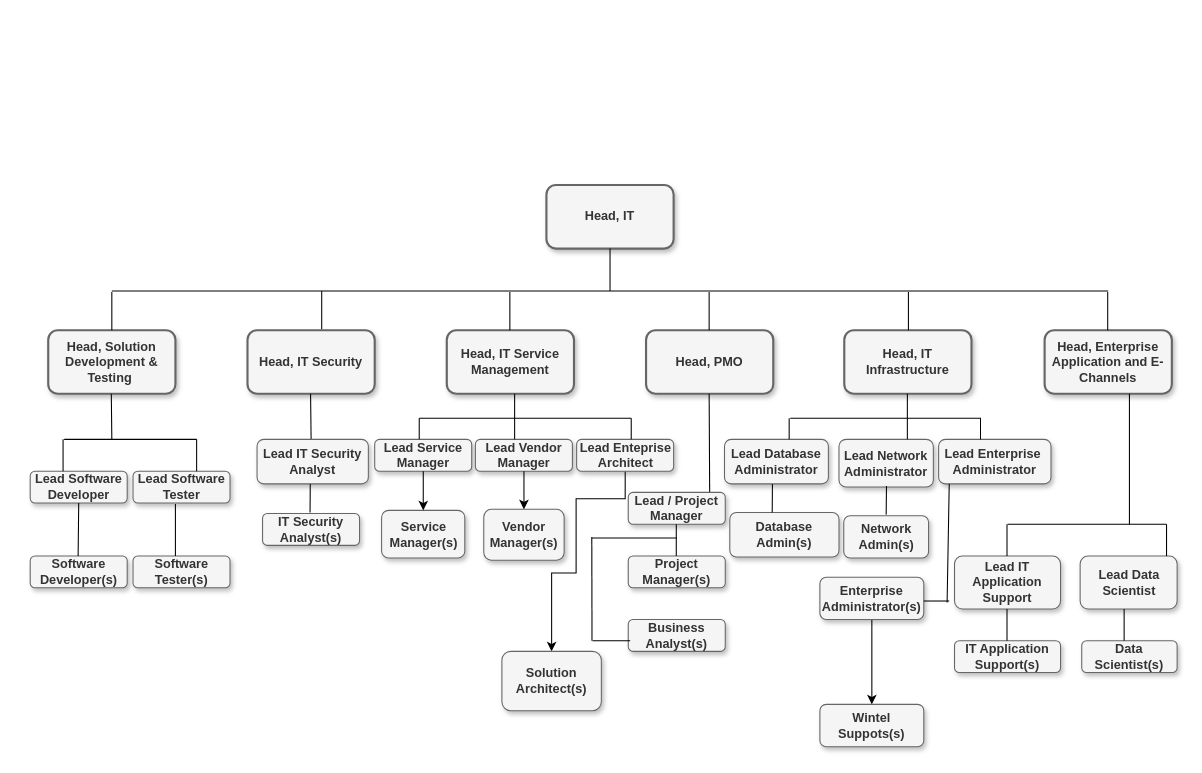
Great-B/standard-arch-diagrams keeps this draw.io diagram as organogram.drawio. Above is the earlier version. Source tidied: cells renumbered, new cells numbered last; positions are measured from the earlier drawing's top-left corner, leaving out a move shared by most shapes. Both pictures are drawn from the tidied source at 106%, with x=0, y=0 at pixel (30, 184).
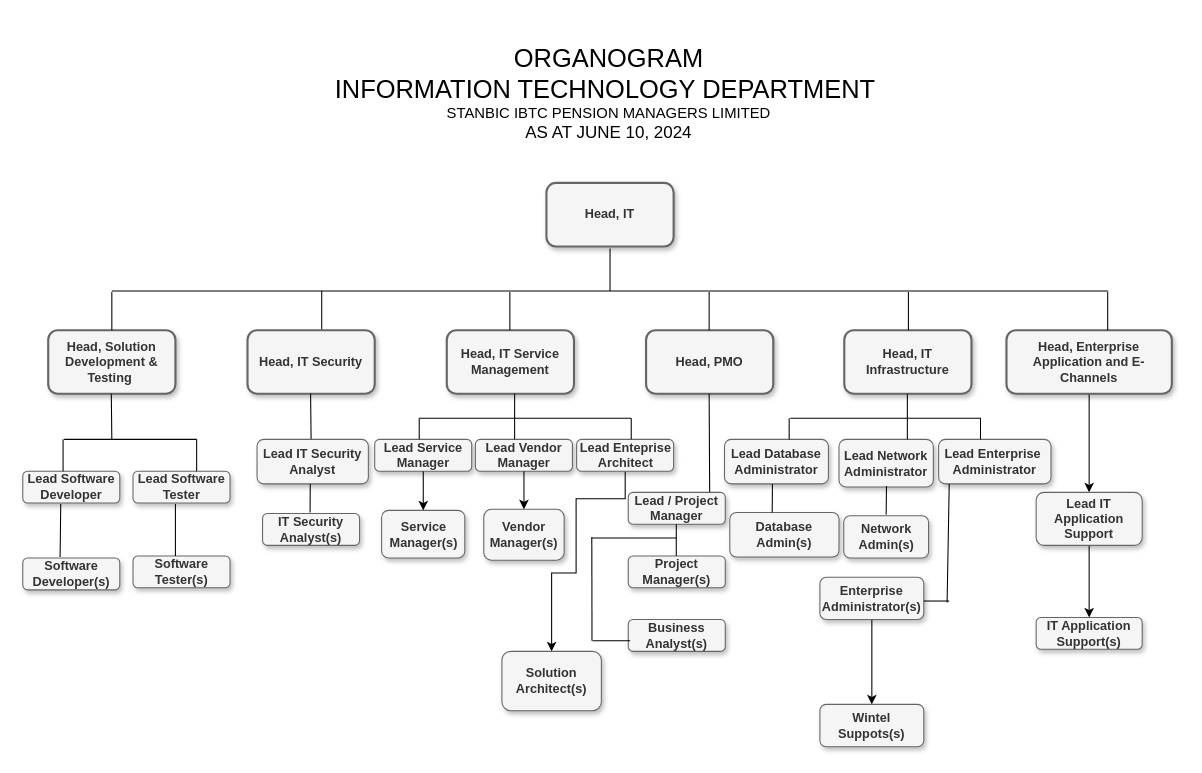
The same page after the edit.

Diff of the diagram source:
```diff
@@
     <mxCell id="2" value="&lt;b&gt;Lead Software Developer&lt;/b&gt;" style="rounded=1;whiteSpace=wrap;html=1;shadow=1;fillColor=#f5f5f5;fontColor=#333333;strokeColor=#666666;" parent="1" vertex="1">
-      <mxGeometry y="270" width="91.5" height="30" as="geometry" />
+      <mxGeometry x="-7" y="270" width="91.5" height="30" as="geometry" />
     </mxCell>
     <mxCell id="3" value="&lt;b&gt;Software Developer(s)&lt;/b&gt;" style="rounded=1;whiteSpace=wrap;html=1;shadow=1;fillColor=#f5f5f5;fontColor=#333333;strokeColor=#666666;" parent="1" vertex="1">
-      <mxGeometry y="350" width="91.5" height="30" as="geometry" />
+      <mxGeometry x="-7" y="352" width="91.5" height="30" as="geometry" />
     </mxCell>
@@
     <mxCell id="6" value="&lt;b&gt;Head, IT&lt;/b&gt;" style="rounded=1;whiteSpace=wrap;html=1;strokeWidth=2;perimeterSpacing=0;glass=0;shadow=1;fontStyle=0;fillColor=#f5f5f5;fontColor=#333333;strokeColor=#666666;" parent="1" vertex="1">
-      <mxGeometry x="487" width="120" height="60" as="geometry" />
+      <mxGeometry x="487" y="-2" width="120" height="60" as="geometry" />
     </mxCell>
@@
+    <mxCell id="80" style="edgeStyle=orthogonalEdgeStyle;rounded=0;jettySize=auto;html=1;" parent="1" edge="1" source="12" target="55">
+      <mxGeometry relative="1" as="geometry" />
+    </mxCell>
     <mxCell id="12" value="&lt;b&gt;Head, Enterprise Application and E-Channels&lt;/b&gt;" style="rounded=1;whiteSpace=wrap;html=1;strokeWidth=2;perimeterSpacing=0;glass=0;shadow=1;fillColor=#f5f5f5;fontColor=#333333;strokeColor=#666666;" parent="1" vertex="1">
-      <mxGeometry x="957" y="137" width="120" height="60" as="geometry" />
+      <mxGeometry x="921" y="137" width="156" height="60" as="geometry" />
     </mxCell>
-    <mxCell id="13" style="endArrow=none;html=1;rounded=0;entryX=0.5;entryY=1;entryDx=0;entryDy=0;" parent="1" edge="1" target="6">
+    <mxCell id="13" style="endArrow=none;html=1;rounded=0;entryX=0.5;entryY=1;entryDx=0;entryDy=0;" parent="1" edge="1">
       <mxGeometry relative="1" as="geometry">
         <mxPoint x="547" y="100" as="sourcePoint" />
+        <mxPoint x="547" y="60" as="targetPoint" />
       </mxGeometry>
     </mxCell>
@@
-    <mxCell id="52" style="endArrow=none;html=1;rounded=0;" parent="1" edge="1">
-      <mxGeometry relative="1" as="geometry">
-        <mxPoint x="1037" y="320" as="sourcePoint" />
-        <mxPoint x="1037" y="197" as="targetPoint" />
-      </mxGeometry>
-    </mxCell>
-    <mxCell id="53" style="endArrow=none;html=1;rounded=0;" parent="1" edge="1">
-      <mxGeometry relative="1" as="geometry">
-        <mxPoint x="922" y="320" as="sourcePoint" />
-        <mxPoint x="1072" y="320" as="targetPoint" />
-      </mxGeometry>
-    </mxCell>
     <mxCell id="54" value="&lt;b&gt;IT Application Support(s)&lt;/b&gt;" style="rounded=1;whiteSpace=wrap;html=1;shadow=1;fillColor=#f5f5f5;fontColor=#333333;strokeColor=#666666;" parent="1" vertex="1">
-      <mxGeometry x="872" y="430" width="100" height="30" as="geometry" />
+      <mxGeometry x="949" y="408" width="100" height="30" as="geometry" />
     </mxCell>
+    <mxCell id="81" style="edgeStyle=orthogonalEdgeStyle;rounded=0;jettySize=auto;html=1;" parent="1" edge="1" source="55" target="54">
+      <mxGeometry relative="1" as="geometry" />
+    </mxCell>
     <mxCell id="55" value="&lt;b&gt;Lead IT Application Support&lt;/b&gt;" style="rounded=1;whiteSpace=wrap;html=1;shadow=1;fillColor=#f5f5f5;fontColor=#333333;strokeColor=#666666;" parent="1" vertex="1">
-      <mxGeometry x="872" y="350" width="100" height="50" as="geometry" />
+      <mxGeometry x="949" y="290" width="100" height="50" as="geometry" />
     </mxCell>
-    <mxCell id="56" value="&lt;b&gt;Lead Data Scientist&lt;/b&gt;" style="rounded=1;whiteSpace=wrap;html=1;shadow=1;fillColor=#f5f5f5;fontColor=#333333;strokeColor=#666666;" parent="1" vertex="1">
-      <mxGeometry x="990.5" y="350" width="91.5" height="50" as="geometry" />
-    </mxCell>
-    <mxCell id="57" value="&lt;b&gt;Data Scientist(s)&lt;/b&gt;" style="rounded=1;whiteSpace=wrap;html=1;shadow=1;fillColor=#f5f5f5;fontColor=#333333;strokeColor=#666666;" parent="1" vertex="1">
-      <mxGeometry x="992" y="430" width="90" height="30" as="geometry" />
-    </mxCell>
-    <mxCell id="58" style="endArrow=none;html=1;rounded=0;entryX=0.891;entryY=0;entryDx=0;entryDy=0;entryPerimeter=0;" parent="1" edge="1" target="56">
-      <mxGeometry relative="1" as="geometry">
-        <mxPoint x="1072" y="320" as="sourcePoint" />
-      </mxGeometry>
-    </mxCell>
-    <mxCell id="59" style="endArrow=none;html=1;rounded=0;entryX=0.891;entryY=0;entryDx=0;entryDy=0;entryPerimeter=0;" parent="1" edge="1">
-      <mxGeometry relative="1" as="geometry">
-        <mxPoint x="921.5" y="320" as="sourcePoint" />
-        <mxPoint x="921.5" y="350" as="targetPoint" />
-      </mxGeometry>
-    </mxCell>
-    <mxCell id="60" style="endArrow=none;html=1;rounded=0;entryX=0.891;entryY=0;entryDx=0;entryDy=0;entryPerimeter=0;" parent="1" edge="1">
-      <mxGeometry relative="1" as="geometry">
-        <mxPoint x="921.5" y="400" as="sourcePoint" />
-        <mxPoint x="921.5" y="430" as="targetPoint" />
-      </mxGeometry>
-    </mxCell>
-    <mxCell id="61" style="endArrow=none;html=1;rounded=0;entryX=0.891;entryY=0;entryDx=0;entryDy=0;entryPerimeter=0;" parent="1" edge="1">
-      <mxGeometry relative="1" as="geometry">
-        <mxPoint x="1032" y="400" as="sourcePoint" />
-        <mxPoint x="1032" y="430" as="targetPoint" />
-      </mxGeometry>
-    </mxCell>
@@
-    <mxCell id="66" style="endArrow=none;html=1;rounded=0;entryX=0.5;entryY=1;entryDx=0;entryDy=0;" parent="1" edge="1" target="2">
+    <mxCell id="66" style="endArrow=none;html=1;rounded=0;entryX=0.5;entryY=1;entryDx=0;entryDy=0;" parent="1" edge="1">
       <mxGeometry relative="1" as="geometry">
-        <mxPoint x="45.2" y="350" as="sourcePoint" />
+        <mxPoint x="28.2" y="351" as="sourcePoint" />
+        <mxPoint x="28.8" y="301" as="targetPoint" />
       </mxGeometry>
     </mxCell>
@@
+    <mxCell id="82" value="&lt;font style=&quot;&quot;&gt;&lt;span style=&quot;font-size: 24px;&quot;&gt;ORGANOGRAM&lt;br&gt;&lt;/span&gt;&lt;/font&gt;&lt;div&gt;&lt;font style=&quot;&quot;&gt;&lt;font style=&quot;&quot;&gt;&lt;span style=&quot;font-size: 24px; background-color: initial;&quot;&gt;INFORMATION TECHNOLOGY DEPARTMENT&lt;/span&gt;&lt;span style=&quot;font-size: 24px; background-color: initial;&quot;&gt;&amp;nbsp;&lt;br&gt;&lt;/span&gt;&lt;font style=&quot;font-size: 14px;&quot;&gt;STANBIC IBTC PENSION MANAGERS LIMITED&lt;/font&gt;&lt;/font&gt;&lt;/font&gt;&lt;div&gt;&lt;font size=&quot;3&quot; style=&quot;&quot;&gt;AS AT JUNE 10, 2024&lt;/font&gt;&lt;/div&gt;&lt;/div&gt;" style="rounded=0;whiteSpace=wrap;html=1;strokeColor=none;fillColor=none;" parent="1" vertex="1">
+      <mxGeometry x="49" y="-157" width="994" height="140" as="geometry" />
+    </mxCell>
```
